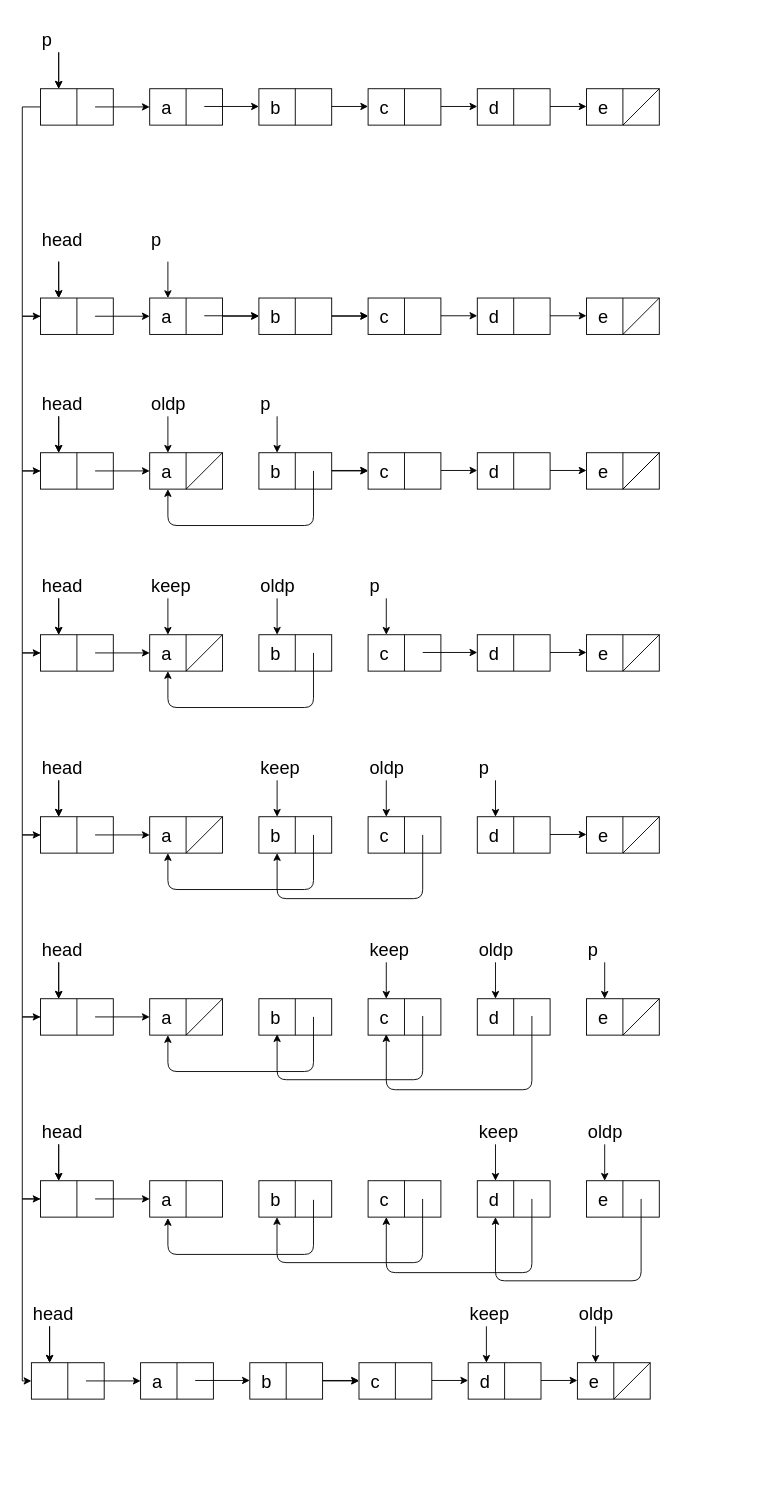
This is Untitled Diagram.drawio from PoriPoriPori/Pori, a draw.io file, before an edit. Source tidied: cells renumbered, new cells numbered last; positions are measured from the earlier drawing's top-left corner, leaving out a move shared by most shapes. Both pictures are drawn from the tidied source at 91%, with x=0, y=0 at pixel (22, 15).
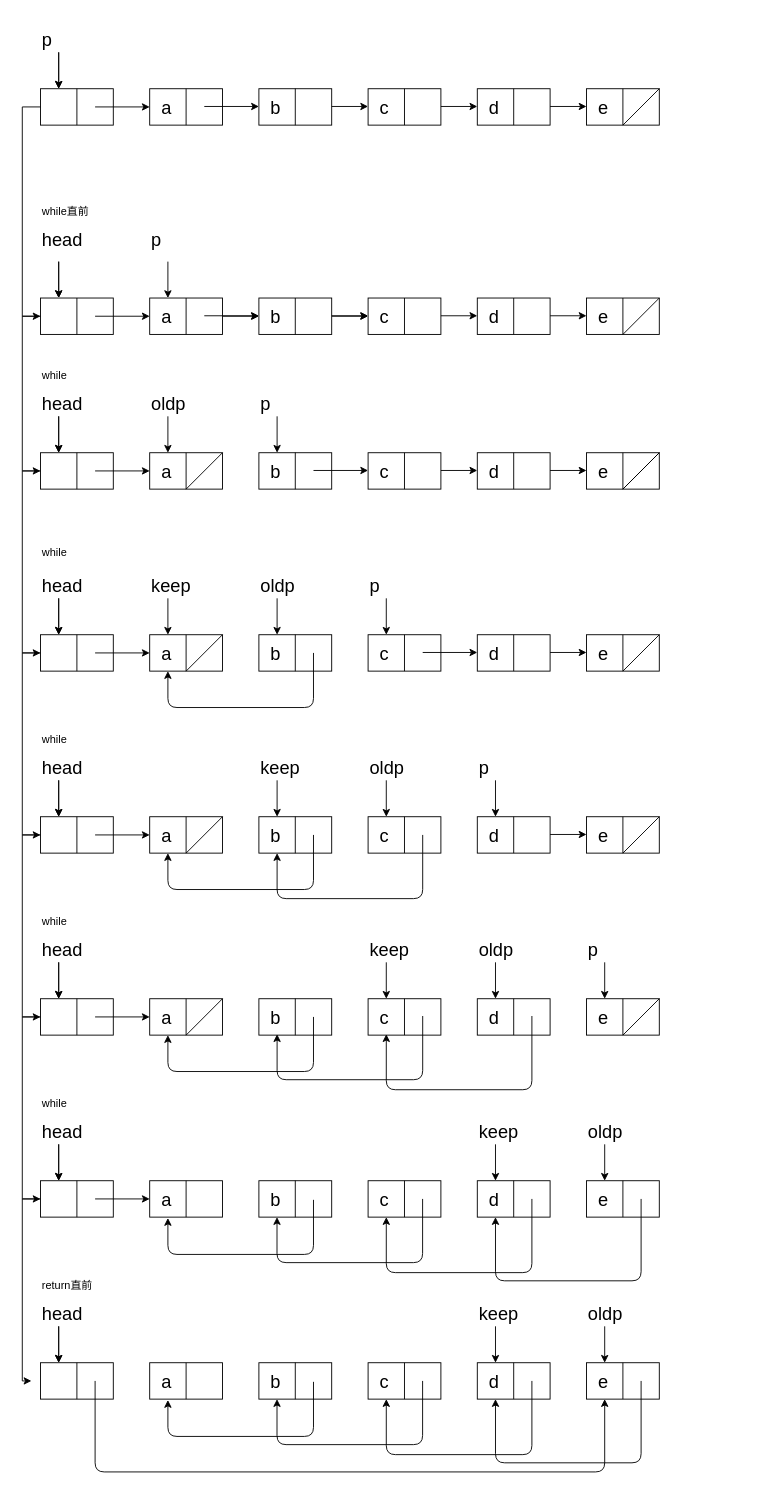
The same diagram, later.

The change refers to these unchanged cells:
```xml
<mxCell id="69" style="group;" parent="1" vertex="1">
  <mxGeometry x="20" y="400" width="680" height="120" as="geometry" />
</mxCell>
<mxCell id="70" style="group;" parent="69" vertex="1">
  <mxGeometry y="40" width="680" height="80" as="geometry" />
</mxCell>
<mxCell id="74" value="&lt;div style=&quot;font-size: 30px&quot; align=&quot;left&quot;&gt;&lt;p style=&quot;font-size: 20px&quot;&gt;&amp;nbsp; a&lt;/p&gt;&lt;/div&gt;" style="rounded=0;whiteSpace=wrap;html=1;comic=0;align=left;" parent="70" vertex="1">
  <mxGeometry x="120" y="40" width="80" height="40" as="geometry" />
</mxCell>
<mxCell id="85" value="&lt;div style=&quot;font-size: 30px&quot; align=&quot;left&quot;&gt;&lt;p style=&quot;font-size: 20px&quot;&gt;&amp;nbsp; b&lt;br&gt;&lt;/p&gt;&lt;/div&gt;" style="rounded=0;whiteSpace=wrap;html=1;comic=0;align=left;" parent="70" vertex="1">
  <mxGeometry x="240" y="40" width="80" height="40" as="geometry" />
</mxCell>
<mxCell id="89" value="&lt;div style=&quot;font-size: 30px&quot; align=&quot;left&quot;&gt;&lt;p style=&quot;font-size: 20px&quot;&gt;&amp;nbsp; c&lt;br&gt;&lt;/p&gt;&lt;/div&gt;" style="rounded=0;whiteSpace=wrap;html=1;comic=0;align=left;" parent="70" vertex="1">
  <mxGeometry x="360" y="40" width="80" height="40" as="geometry" />
</mxCell>
<mxCell id="120" style="group;" parent="119" vertex="1">
  <mxGeometry width="680" height="120" as="geometry" />
</mxCell>
<mxCell id="173" style="group;" parent="1" vertex="1">
  <mxGeometry x="20" y="1200" width="680" height="120" as="geometry" />
</mxCell>
<mxCell id="175" style="rounded=0;whiteSpace=wrap;html=1;comic=0;" parent="174" vertex="1">
  <mxGeometry y="40" width="80" height="40" as="geometry" />
</mxCell>
```

Change to the diagram source:
```diff
@@
-    <mxCell id="77" style="endArrow=classic;html=1;comic=0;" parent="70" edge="1">
-      <mxGeometry relative="1" as="geometry">
-        <mxPoint x="300" y="59.5" as="sourcePoint" />
-        <mxPoint x="360" y="59.5" as="targetPoint" />
-      </mxGeometry>
-    </mxCell>
@@
-    <mxCell id="84" style="edgeStyle=orthogonalEdgeStyle;rounded=0;jettySize=auto;html=1;" parent="70" edge="1" source="85" target="89">
-      <mxGeometry relative="1" as="geometry" />
-    </mxCell>
@@
+    <mxCell id="77" style="endArrow=classic;html=1;comic=0;" parent="70" edge="1">
+      <mxGeometry relative="1" as="geometry">
+        <mxPoint x="300" y="59.5" as="sourcePoint" />
+        <mxPoint x="360" y="59.5" as="targetPoint" />
+      </mxGeometry>
+    </mxCell>
@@
+    <mxCell id="247" value="while" style="text;whiteSpace=wrap;html=1;align=left;verticalAlign=middle;" parent="69" vertex="1">
+      <mxGeometry y="-10" width="220" height="10" as="geometry" />
+    </mxCell>
@@
+    <mxCell id="248" value="while直前" style="text;whiteSpace=wrap;html=1;align=left;verticalAlign=middle;" parent="120" vertex="1">
+      <mxGeometry y="-10" width="220" height="10" as="geometry" />
+    </mxCell>
@@
+    <mxCell id="249" value="while" style="text;whiteSpace=wrap;html=1;align=left;verticalAlign=middle;" parent="173" vertex="1">
+      <mxGeometry y="-10" width="220" height="10" as="geometry" />
+    </mxCell>
@@
-    <mxCell id="202" style="group;" parent="1" vertex="1">
-      <mxGeometry x="10" y="1400" width="680" height="120" as="geometry" />
-    </mxCell>
-    <mxCell id="203" style="group;" parent="202" vertex="1">
-      <mxGeometry y="40" width="680" height="80" as="geometry" />
-    </mxCell>
-    <mxCell id="204" style="rounded=0;whiteSpace=wrap;html=1;comic=0;" parent="203" vertex="1">
-      <mxGeometry y="40" width="80" height="40" as="geometry" />
-    </mxCell>
-    <mxCell id="205" style="endArrow=none;html=1;exitX=0.5;exitY=1;exitDx=0;exitDy=0;entryX=0.5;entryY=0;entryDx=0;entryDy=0;comic=0;" parent="203" edge="1" source="204" target="204">
-      <mxGeometry relative="1" as="geometry" />
-    </mxCell>
-    <mxCell id="206" style="endArrow=none;html=1;exitX=0.5;exitY=1;exitDx=0;exitDy=0;entryX=0.5;entryY=0;entryDx=0;entryDy=0;comic=0;" parent="203" edge="1">
-      <mxGeometry relative="1" as="geometry">
-        <mxPoint x="280" y="80" as="sourcePoint" />
-        <mxPoint x="280" y="40" as="targetPoint" />
-      </mxGeometry>
-    </mxCell>
-    <mxCell id="207" value="&lt;div style=&quot;font-size: 30px&quot; align=&quot;left&quot;&gt;&lt;p style=&quot;font-size: 20px&quot;&gt;&amp;nbsp; a&lt;/p&gt;&lt;/div&gt;" style="rounded=0;whiteSpace=wrap;html=1;comic=0;align=left;" parent="203" vertex="1">
-      <mxGeometry x="120" y="40" width="80" height="40" as="geometry" />
-    </mxCell>
-    <mxCell id="208" style="endArrow=none;html=1;exitX=0.5;exitY=1;exitDx=0;exitDy=0;entryX=0.5;entryY=0;entryDx=0;entryDy=0;comic=0;" parent="203" edge="1" source="207" target="207">
-      <mxGeometry relative="1" as="geometry" />
-    </mxCell>
-    <mxCell id="209" style="endArrow=classic;html=1;comic=0;" parent="203" edge="1">
-      <mxGeometry relative="1" as="geometry">
-        <mxPoint x="60" y="60" as="sourcePoint" />
-        <mxPoint x="120" y="60" as="targetPoint" />
-      </mxGeometry>
-    </mxCell>
-    <mxCell id="210" style="endArrow=classic;html=1;comic=0;" parent="203" edge="1">
-      <mxGeometry relative="1" as="geometry">
-        <mxPoint x="180" y="59.5" as="sourcePoint" />
-        <mxPoint x="240" y="59.5" as="targetPoint" />
-      </mxGeometry>
-    </mxCell>
-    <mxCell id="211" style="endArrow=classic;html=1;comic=0;" parent="203" edge="1">
-      <mxGeometry relative="1" as="geometry">
-        <mxPoint x="300" y="59.5" as="sourcePoint" />
-        <mxPoint x="360" y="59.5" as="targetPoint" />
-      </mxGeometry>
-    </mxCell>
-    <mxCell id="212" style="endArrow=classic;html=1;comic=0;" parent="203" edge="1">
-      <mxGeometry relative="1" as="geometry">
-        <mxPoint x="420" y="59.5" as="sourcePoint" />
-        <mxPoint x="480" y="59.5" as="targetPoint" />
-      </mxGeometry>
-    </mxCell>
-    <mxCell id="213" style="endArrow=classic;html=1;comic=0;" parent="203" edge="1">
-      <mxGeometry relative="1" as="geometry">
-        <mxPoint x="540" y="59.5" as="sourcePoint" />
-        <mxPoint x="600" y="59.5" as="targetPoint" />
-      </mxGeometry>
-    </mxCell>
-    <mxCell id="214" style="endArrow=classic;html=1;entryX=0.25;entryY=0;entryDx=0;entryDy=0;comic=0;" parent="203" edge="1" target="204">
-      <mxGeometry relative="1" as="geometry">
-        <mxPoint x="20" as="sourcePoint" />
-      </mxGeometry>
-    </mxCell>
-    <mxCell id="215" style="endArrow=classic;html=1;entryX=0.25;entryY=0;entryDx=0;entryDy=0;comic=0;" parent="203" edge="1">
-      <mxGeometry relative="1" as="geometry">
-        <mxPoint x="20" as="sourcePoint" />
-        <mxPoint x="20" y="40" as="targetPoint" />
-      </mxGeometry>
-    </mxCell>
-    <mxCell id="216" style="edgeStyle=orthogonalEdgeStyle;rounded=0;jettySize=auto;html=1;" parent="203" edge="1" source="217" target="221">
-      <mxGeometry relative="1" as="geometry" />
-    </mxCell>
-    <mxCell id="217" value="&lt;div style=&quot;font-size: 30px&quot; align=&quot;left&quot;&gt;&lt;p style=&quot;font-size: 20px&quot;&gt;&amp;nbsp; b&lt;br&gt;&lt;/p&gt;&lt;/div&gt;" style="rounded=0;whiteSpace=wrap;html=1;comic=0;align=left;" parent="203" vertex="1">
-      <mxGeometry x="240" y="40" width="80" height="40" as="geometry" />
-    </mxCell>
-    <mxCell id="218" style="endArrow=none;html=1;exitX=0.5;exitY=1;exitDx=0;exitDy=0;entryX=0.5;entryY=0;entryDx=0;entryDy=0;comic=0;" parent="203" edge="1" source="217" target="217">
-      <mxGeometry relative="1" as="geometry" />
-    </mxCell>
-    <mxCell id="219" value="&lt;div style=&quot;font-size: 30px&quot; align=&quot;left&quot;&gt;&lt;p style=&quot;font-size: 20px&quot;&gt;&amp;nbsp; d&lt;br&gt;&lt;/p&gt;&lt;/div&gt;" style="rounded=0;whiteSpace=wrap;html=1;comic=0;align=left;" parent="203" vertex="1">
-      <mxGeometry x="480" y="40" width="80" height="40" as="geometry" />
-    </mxCell>
-    <mxCell id="220" style="endArrow=none;html=1;exitX=0.5;exitY=1;exitDx=0;exitDy=0;entryX=0.5;entryY=0;entryDx=0;entryDy=0;comic=0;" parent="203" edge="1" source="219" target="219">
-      <mxGeometry relative="1" as="geometry" />
-    </mxCell>
-    <mxCell id="221" value="&lt;div style=&quot;font-size: 30px&quot; align=&quot;left&quot;&gt;&lt;p style=&quot;font-size: 20px&quot;&gt;&amp;nbsp; c&lt;br&gt;&lt;/p&gt;&lt;/div&gt;" style="rounded=0;whiteSpace=wrap;html=1;comic=0;align=left;" parent="203" vertex="1">
-      <mxGeometry x="360" y="40" width="80" height="40" as="geometry" />
-    </mxCell>
-    <mxCell id="222" style="endArrow=none;html=1;exitX=0.5;exitY=1;exitDx=0;exitDy=0;entryX=0.5;entryY=0;entryDx=0;entryDy=0;comic=0;" parent="203" edge="1" source="221" target="221">
-      <mxGeometry relative="1" as="geometry" />
-    </mxCell>
-    <mxCell id="223" value="&lt;div style=&quot;font-size: 30px&quot; align=&quot;left&quot;&gt;&lt;p style=&quot;font-size: 20px&quot;&gt;&amp;nbsp; e&lt;br&gt;&lt;/p&gt;&lt;/div&gt;" style="rounded=0;whiteSpace=wrap;html=1;comic=0;align=left;" parent="203" vertex="1">
-      <mxGeometry x="600" y="40" width="80" height="40" as="geometry" />
-    </mxCell>
-    <mxCell id="224" style="endArrow=none;html=1;exitX=0.5;exitY=1;exitDx=0;exitDy=0;entryX=0.5;entryY=0;entryDx=0;entryDy=0;comic=0;" parent="203" edge="1" source="223" target="223">
-      <mxGeometry relative="1" as="geometry" />
-    </mxCell>
-    <mxCell id="225" style="endArrow=none;html=1;entryX=1;entryY=0;entryDx=0;entryDy=0;exitX=0.5;exitY=1;exitDx=0;exitDy=0;" parent="203" edge="1" source="223" target="223">
-      <mxGeometry relative="1" as="geometry" />
-    </mxCell>
-    <mxCell id="226" value="&lt;div style=&quot;font-size: 20px&quot;&gt;head&lt;/div&gt;" style="text;whiteSpace=wrap;html=1;align=left;verticalAlign=bottom;" parent="202" vertex="1">
-      <mxGeometry width="80" height="40" as="geometry" />
-    </mxCell>
-    <mxCell id="227" value="&lt;div style=&quot;font-size: 20px&quot;&gt;oldp&lt;br&gt;&lt;/div&gt;" style="text;whiteSpace=wrap;html=1;align=left;verticalAlign=bottom;" parent="1" vertex="1">
-      <mxGeometry x="610" y="1400" width="80" height="40" as="geometry" />
-    </mxCell>
-    <mxCell id="228" value="&lt;div style=&quot;font-size: 20px&quot;&gt;keep&lt;br&gt;&lt;/div&gt;" style="text;whiteSpace=wrap;html=1;align=left;verticalAlign=bottom;" parent="1" vertex="1">
-      <mxGeometry x="490" y="1400" width="80" height="40" as="geometry" />
-    </mxCell>
-    <mxCell id="229" style="endArrow=classic;html=1;entryX=0.25;entryY=0;entryDx=0;entryDy=0;comic=0;" parent="1" edge="1">
-      <mxGeometry x="530" y="1440" as="geometry">
-        <mxPoint x="510" y="1440" as="sourcePoint" />
-        <mxPoint x="510" y="1480" as="targetPoint" />
-      </mxGeometry>
-    </mxCell>
-    <mxCell id="230" style="endArrow=classic;html=1;entryX=0.25;entryY=0;entryDx=0;entryDy=0;comic=0;" parent="1" edge="1">
-      <mxGeometry x="530" y="1440" as="geometry">
-        <mxPoint x="630" y="1440" as="sourcePoint" />
-        <mxPoint x="630" y="1480" as="targetPoint" />
-      </mxGeometry>
-    </mxCell>
-    <mxCell id="231" style="edgeStyle=orthogonalEdgeStyle;rounded=0;jettySize=auto;html=1;exitX=0;exitY=0.5;exitDx=0;exitDy=0;entryX=0;entryY=0.5;entryDx=0;entryDy=0;" parent="1" edge="1" source="175" target="204">
+    <mxCell id="231" style="edgeStyle=orthogonalEdgeStyle;rounded=0;jettySize=auto;html=1;exitX=0;exitY=0.5;exitDx=0;exitDy=0;entryX=0;entryY=0.5;entryDx=0;entryDy=0;" parent="1" edge="1" source="175">
       <mxGeometry relative="1" as="geometry">
+        <mxPoint x="10" y="1500" as="targetPoint" />
         <Array as="points">
           <mxPoint y="1300" />
           <mxPoint y="1500" />
         </Array>
       </mxGeometry>
     </mxCell>
@@
-    <mxCell id="235" style="edgeStyle=segmentEdgeStyle;endArrow=classic;html=1;entryX=0.25;entryY=1;entryDx=0;entryDy=0;" parent="1" edge="1" target="74">
-      <mxGeometry relative="1" as="geometry">
-        <mxPoint x="320" y="500" as="sourcePoint" />
-        <Array as="points">
-          <mxPoint x="320" y="560" />
-          <mxPoint x="160" y="560" />
-        </Array>
-      </mxGeometry>
-    </mxCell>
@@
+    <mxCell id="250" style="group;" parent="1" vertex="1">
+      <mxGeometry x="20" y="1400" width="680" height="120" as="geometry" />
+    </mxCell>
+    <mxCell id="203" style="group;" parent="250" vertex="1">
+      <mxGeometry y="40" width="680" height="80" as="geometry" />
+    </mxCell>
+    <mxCell id="204" style="rounded=0;whiteSpace=wrap;html=1;comic=0;" parent="203" vertex="1">
+      <mxGeometry y="40" width="80" height="40" as="geometry" />
+    </mxCell>
+    <mxCell id="205" style="endArrow=none;html=1;exitX=0.5;exitY=1;exitDx=0;exitDy=0;entryX=0.5;entryY=0;entryDx=0;entryDy=0;comic=0;" parent="203" edge="1" source="204" target="204">
+      <mxGeometry relative="1" as="geometry" />
+    </mxCell>
+    <mxCell id="251" style="endArrow=none;html=1;exitX=0.5;exitY=1;exitDx=0;exitDy=0;entryX=0.5;entryY=0;entryDx=0;entryDy=0;comic=0;" parent="203" edge="1">
+      <mxGeometry relative="1" as="geometry">
+        <mxPoint x="280" y="80" as="sourcePoint" />
+        <mxPoint x="280" y="40" as="targetPoint" />
+      </mxGeometry>
+    </mxCell>
+    <mxCell id="207" value="&lt;div style=&quot;font-size: 30px&quot; align=&quot;left&quot;&gt;&lt;p style=&quot;font-size: 20px&quot;&gt;&amp;nbsp; a&lt;/p&gt;&lt;/div&gt;" style="rounded=0;whiteSpace=wrap;html=1;comic=0;align=left;" parent="203" vertex="1">
+      <mxGeometry x="120" y="40" width="80" height="40" as="geometry" />
+    </mxCell>
+    <mxCell id="208" style="endArrow=none;html=1;exitX=0.5;exitY=1;exitDx=0;exitDy=0;entryX=0.5;entryY=0;entryDx=0;entryDy=0;comic=0;" parent="203" edge="1" source="207" target="207">
+      <mxGeometry relative="1" as="geometry" />
+    </mxCell>
+    <mxCell id="252" style="endArrow=classic;html=1;entryX=0.25;entryY=0;entryDx=0;entryDy=0;comic=0;" parent="203" edge="1" target="204">
+      <mxGeometry relative="1" as="geometry">
+        <mxPoint x="20" as="sourcePoint" />
+      </mxGeometry>
+    </mxCell>
+    <mxCell id="253" style="endArrow=classic;html=1;entryX=0.25;entryY=0;entryDx=0;entryDy=0;comic=0;" parent="203" edge="1">
+      <mxGeometry relative="1" as="geometry">
+        <mxPoint x="20" as="sourcePoint" />
+        <mxPoint x="20" y="40" as="targetPoint" />
+      </mxGeometry>
+    </mxCell>
+    <mxCell id="217" value="&lt;div style=&quot;font-size: 30px&quot; align=&quot;left&quot;&gt;&lt;p style=&quot;font-size: 20px&quot;&gt;&amp;nbsp; b&lt;br&gt;&lt;/p&gt;&lt;/div&gt;" style="rounded=0;whiteSpace=wrap;html=1;comic=0;align=left;" parent="203" vertex="1">
+      <mxGeometry x="240" y="40" width="80" height="40" as="geometry" />
+    </mxCell>
+    <mxCell id="218" style="endArrow=none;html=1;exitX=0.5;exitY=1;exitDx=0;exitDy=0;entryX=0.5;entryY=0;entryDx=0;entryDy=0;comic=0;" parent="203" edge="1" source="217" target="217">
+      <mxGeometry relative="1" as="geometry" />
+    </mxCell>
+    <mxCell id="219" value="&lt;div style=&quot;font-size: 30px&quot; align=&quot;left&quot;&gt;&lt;p style=&quot;font-size: 20px&quot;&gt;&amp;nbsp; d&lt;br&gt;&lt;/p&gt;&lt;/div&gt;" style="rounded=0;whiteSpace=wrap;html=1;comic=0;align=left;" parent="203" vertex="1">
+      <mxGeometry x="480" y="40" width="80" height="40" as="geometry" />
+    </mxCell>
+    <mxCell id="220" style="endArrow=none;html=1;exitX=0.5;exitY=1;exitDx=0;exitDy=0;entryX=0.5;entryY=0;entryDx=0;entryDy=0;comic=0;" parent="203" edge="1" source="219" target="219">
+      <mxGeometry relative="1" as="geometry" />
+    </mxCell>
+    <mxCell id="221" value="&lt;div style=&quot;font-size: 30px&quot; align=&quot;left&quot;&gt;&lt;p style=&quot;font-size: 20px&quot;&gt;&amp;nbsp; c&lt;br&gt;&lt;/p&gt;&lt;/div&gt;" style="rounded=0;whiteSpace=wrap;html=1;comic=0;align=left;" parent="203" vertex="1">
+      <mxGeometry x="360" y="40" width="80" height="40" as="geometry" />
+    </mxCell>
+    <mxCell id="222" style="endArrow=none;html=1;exitX=0.5;exitY=1;exitDx=0;exitDy=0;entryX=0.5;entryY=0;entryDx=0;entryDy=0;comic=0;" parent="203" edge="1" source="221" target="221">
+      <mxGeometry relative="1" as="geometry" />
+    </mxCell>
+    <mxCell id="223" value="&lt;div style=&quot;font-size: 30px&quot; align=&quot;left&quot;&gt;&lt;p style=&quot;font-size: 20px&quot;&gt;&amp;nbsp; e&lt;br&gt;&lt;/p&gt;&lt;/div&gt;" style="rounded=0;whiteSpace=wrap;html=1;comic=0;align=left;" parent="203" vertex="1">
+      <mxGeometry x="600" y="40" width="80" height="40" as="geometry" />
+    </mxCell>
+    <mxCell id="254" style="endArrow=none;html=1;exitX=0.5;exitY=1;exitDx=0;exitDy=0;entryX=0.5;entryY=0;entryDx=0;entryDy=0;comic=0;" parent="203" edge="1" source="223" target="223">
+      <mxGeometry relative="1" as="geometry" />
+    </mxCell>
+    <mxCell id="226" value="&lt;div style=&quot;font-size: 20px&quot;&gt;head&lt;/div&gt;" style="text;whiteSpace=wrap;html=1;align=left;verticalAlign=bottom;" parent="250" vertex="1">
+      <mxGeometry width="80" height="40" as="geometry" />
+    </mxCell>
+    <mxCell id="255" style="edgeStyle=segmentEdgeStyle;endArrow=classic;html=1;entryX=0.25;entryY=1;entryDx=0;entryDy=0;" parent="250" edge="1" target="223">
+      <mxGeometry relative="1" as="geometry">
+        <mxPoint x="60" y="100" as="sourcePoint" />
+        <Array as="points">
+          <mxPoint x="60" y="200" />
+          <mxPoint x="620" y="200" />
+        </Array>
+      </mxGeometry>
+    </mxCell>
+    <mxCell id="256" value="return直前" style="text;whiteSpace=wrap;html=1;align=left;verticalAlign=middle;" parent="250" vertex="1">
+      <mxGeometry y="-10" width="220" height="10" as="geometry" />
+    </mxCell>
+    <mxCell id="227" value="&lt;div style=&quot;font-size: 20px&quot;&gt;oldp&lt;br&gt;&lt;/div&gt;" style="text;whiteSpace=wrap;html=1;align=left;verticalAlign=bottom;" parent="1" vertex="1">
+      <mxGeometry x="620" y="1400" width="80" height="40" as="geometry" />
+    </mxCell>
+    <mxCell id="228" value="&lt;div style=&quot;font-size: 20px&quot;&gt;keep&lt;br&gt;&lt;/div&gt;" style="text;whiteSpace=wrap;html=1;align=left;verticalAlign=bottom;" parent="1" vertex="1">
+      <mxGeometry x="500" y="1400" width="80" height="40" as="geometry" />
+    </mxCell>
+    <mxCell id="257" style="endArrow=classic;html=1;entryX=0.25;entryY=0;entryDx=0;entryDy=0;comic=0;" parent="1" edge="1">
+      <mxGeometry x="540" y="1440" as="geometry">
+        <mxPoint x="520" y="1440" as="sourcePoint" />
+        <mxPoint x="520" y="1480" as="targetPoint" />
+      </mxGeometry>
+    </mxCell>
+    <mxCell id="258" style="endArrow=classic;html=1;entryX=0.25;entryY=0;entryDx=0;entryDy=0;comic=0;" parent="1" edge="1">
+      <mxGeometry x="540" y="1440" as="geometry">
+        <mxPoint x="640" y="1440" as="sourcePoint" />
+        <mxPoint x="640" y="1480" as="targetPoint" />
+      </mxGeometry>
+    </mxCell>
+    <mxCell id="259" style="edgeStyle=segmentEdgeStyle;endArrow=classic;html=1;entryX=0.25;entryY=1;entryDx=0;entryDy=0;" parent="1" edge="1">
+      <mxGeometry relative="1" as="geometry">
+        <mxPoint x="320" y="1501" as="sourcePoint" />
+        <mxPoint x="160" y="1521" as="targetPoint" />
+        <Array as="points">
+          <mxPoint x="320" y="1561" />
+          <mxPoint x="160" y="1561" />
+        </Array>
+      </mxGeometry>
+    </mxCell>
+    <mxCell id="260" style="edgeStyle=segmentEdgeStyle;endArrow=classic;html=1;entryX=0.25;entryY=1;entryDx=0;entryDy=0;" parent="1" edge="1">
+      <mxGeometry relative="1" as="geometry">
+        <mxPoint x="439.9" y="1500" as="sourcePoint" />
+        <mxPoint x="279.9" y="1520" as="targetPoint" />
+        <Array as="points">
+          <mxPoint x="440" y="1570" />
+          <mxPoint x="280" y="1570" />
+        </Array>
+      </mxGeometry>
+    </mxCell>
+    <mxCell id="261" style="edgeStyle=segmentEdgeStyle;endArrow=classic;html=1;entryX=0.25;entryY=1;entryDx=0;entryDy=0;" parent="1" edge="1">
+      <mxGeometry relative="1" as="geometry">
+        <mxPoint x="560" y="1500" as="sourcePoint" />
+        <mxPoint x="400" y="1520" as="targetPoint" />
+        <Array as="points">
+          <mxPoint x="560" y="1581" />
+          <mxPoint x="400" y="1581" />
+        </Array>
+      </mxGeometry>
+    </mxCell>
+    <mxCell id="262" style="edgeStyle=segmentEdgeStyle;endArrow=classic;html=1;entryX=0.25;entryY=1;entryDx=0;entryDy=0;" parent="1" edge="1">
+      <mxGeometry relative="1" as="geometry">
+        <mxPoint x="680" y="1500" as="sourcePoint" />
+        <mxPoint x="520" y="1520" as="targetPoint" />
+        <Array as="points">
+          <mxPoint x="680" y="1590" />
+          <mxPoint x="520" y="1590" />
+        </Array>
+      </mxGeometry>
+    </mxCell>
+    <mxCell id="263" value="while" style="text;whiteSpace=wrap;html=1;align=left;verticalAlign=middle;" parent="1" vertex="1">
+      <mxGeometry x="20" y="585" width="220" height="10" as="geometry" />
+    </mxCell>
+    <mxCell id="264" value="while" style="text;whiteSpace=wrap;html=1;align=left;verticalAlign=middle;" parent="1" vertex="1">
+      <mxGeometry x="20" y="790" width="220" height="10" as="geometry" />
+    </mxCell>
+    <mxCell id="265" value="while" style="text;whiteSpace=wrap;html=1;align=left;verticalAlign=middle;" parent="1" vertex="1">
+      <mxGeometry x="20" y="990" width="220" height="10" as="geometry" />
+    </mxCell>
```
